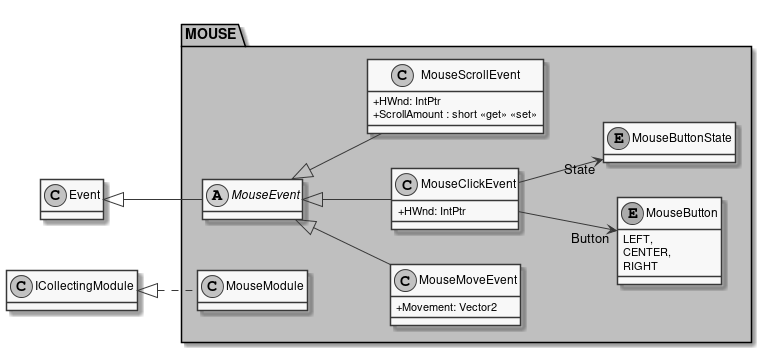
Before: documents/sd/resources/Packages/MODULES_MOUSE.png, a diagram exported from PlantUML (insightmind/MORR).
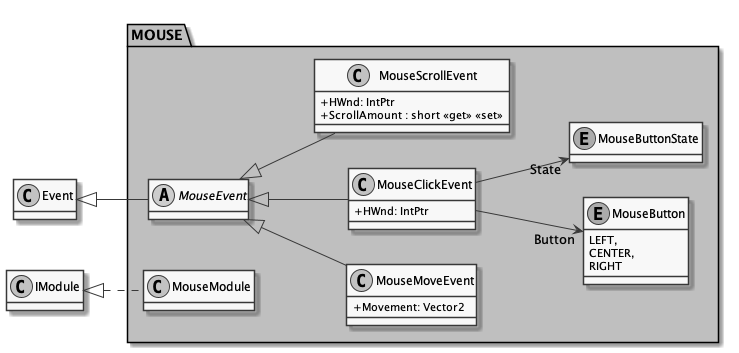
After the change.

The edit, as a diff of the source:
```diff
@@ -38,7 +38,7 @@
         }
 
         Event <|-- MouseEvent
-        ICollectingModule <|.. MouseModule
+        IModule <|.. MouseModule
         MouseEvent <|-- MouseClickEvent
         MouseEvent <|-- MouseScrollEvent
         MouseEvent <|-- MouseMoveEvent
```
